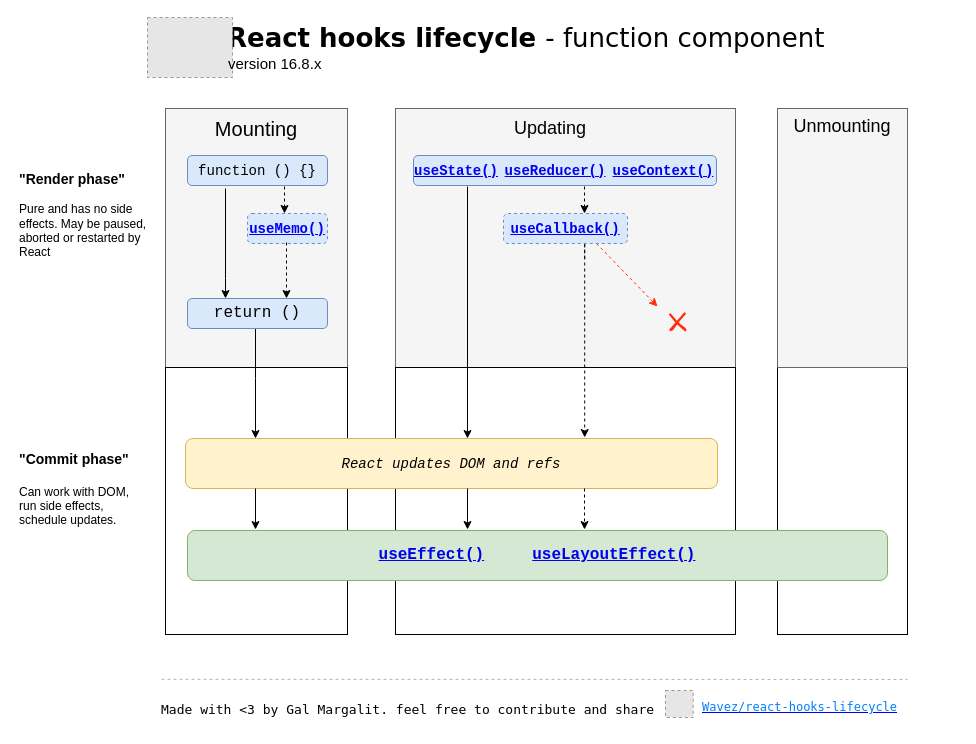
Earlier version of the draw.io diagram chart.drawio (Wavez/react-hooks-lifecycle). Source tidied: cells renumbered, new cells numbered last; positions are measured from the earlier drawing's top-left corner, leaving out a move shared by most shapes. Both pictures are drawn from the tidied source at 100%, with x=0, y=0 at pixel (17, 17). Pictures stored in the file or linked from it are replaced by grey dashed boxes.
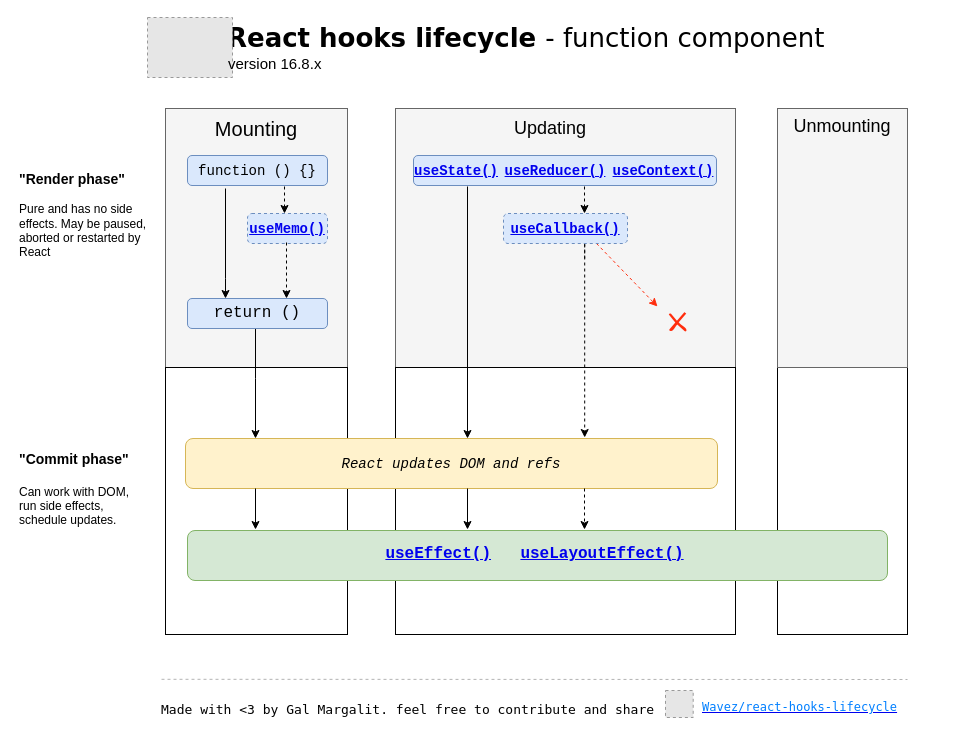
The same diagram, later.

Change to the diagram source:
```diff
@@
-    <mxCell id="19" value="&lt;h3 id=&quot;static-getderivedstatefromprops&quot;&gt;&lt;code&gt;&lt;font style=&quot;font-size: 16px&quot;&gt;&lt;a href=&quot;https://reactjs.org/docs/hooks-reference.html#useeffect&quot;&gt;useEffect()&lt;/a&gt;&amp;nbsp; &amp;nbsp; &amp;nbsp;&lt;a href=&quot;https://reactjs.org/docs/hooks-reference.html#uselayouteffect&quot;&gt;useLayoutEffect()&lt;/a&gt;&lt;/font&gt;&lt;/code&gt;&lt;/h3&gt;" style="rounded=1;whiteSpace=wrap;html=1;fillColor=#d5e8d4;strokeColor=#82b366;" parent="1" vertex="1">
+    <mxCell id="19" style="rounded=1;whiteSpace=wrap;html=1;fillColor=#d5e8d4;strokeColor=#82b366;" parent="1" vertex="1">
       <mxGeometry x="170" y="513" width="700" height="50" as="geometry" />
     </mxCell>
@@
+    <mxCell id="43" value="&lt;h3 id=&quot;static-getderivedstatefromprops&quot;&gt;&lt;code&gt;&lt;font style=&quot;font-size: 16px&quot;&gt;&lt;a href=&quot;https://reactjs.org/docs/hooks-reference.html#useeffect&quot;&gt;useEffect()&lt;/a&gt;&amp;nbsp;&lt;/font&gt;&lt;/code&gt;&lt;/h3&gt;" style="text;html=1;strokeColor=none;fillColor=none;align=center;verticalAlign=middle;whiteSpace=wrap;rounded=0;" parent="1" vertex="1">
+      <mxGeometry x="406" y="527" width="40" height="20" as="geometry" />
+    </mxCell>
+    <mxCell id="44" value="&lt;h3 id=&quot;static-getderivedstatefromprops&quot;&gt;&lt;code&gt;&lt;font style=&quot;font-size: 16px&quot;&gt;&lt;a href=&quot;https://reactjs.org/docs/hooks-reference.html#uselayouteffect&quot;&gt;useLayoutEffect()&lt;/a&gt;&lt;/font&gt;&lt;/code&gt;&lt;/h3&gt;" style="text;html=1;strokeColor=none;fillColor=none;align=center;verticalAlign=middle;whiteSpace=wrap;rounded=0;" parent="1" vertex="1">
+      <mxGeometry x="565" y="527" width="40" height="20" as="geometry" />
+    </mxCell>
```
